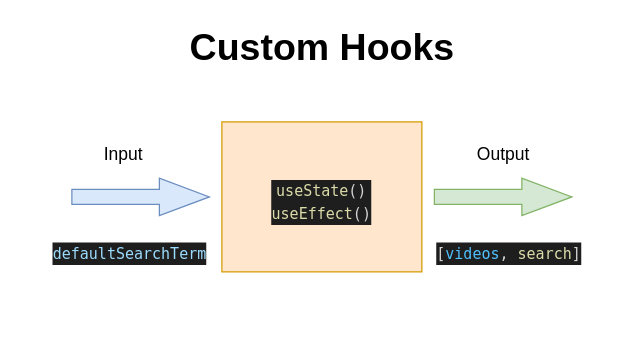
Earlier version of the draw.io diagram page "Custom Hooks" (1 of 5) of Custom Hooks.drawio (jeesewu/Diagrams-Storage). Source tidied: cells renumbered, new cells numbered last; positions are measured from the earlier drawing's top-left corner, leaving out a move shared by most shapes. Both pictures are drawn from the tidied source at 125%, with x=0, y=0 at pixel (21, 21).
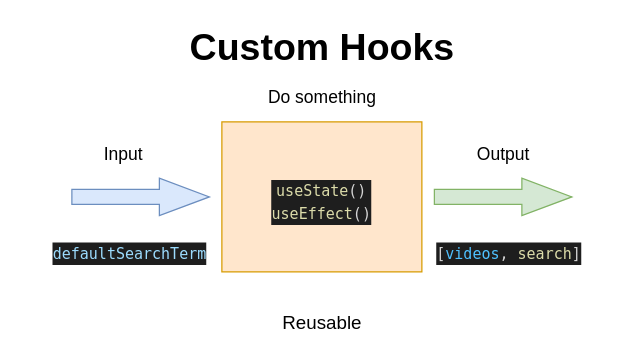
After the change.

Change to the diagram source:
```diff
@@
 <mxGraphModel>
   <root>
     <mxCell id="0" />
     <mxCell id="1" parent="0" />
     <mxCell id="2" value="Custom Hooks" style="text;html=1;align=center;verticalAlign=middle;strokeColor=none;fontSize=30;fontStyle=1;" parent="1" vertex="1">
       <mxGeometry x="125" width="230" height="40" as="geometry" />
     </mxCell>
     <mxCell id="3" style="rounded=0;whiteSpace=wrap;html=1;fillColor=#ffe6cc;strokeColor=#d79b00;" parent="1" vertex="1">
       <mxGeometry x="160" y="80" width="160" height="120" as="geometry" />
     </mxCell>
     <mxCell id="4" style="html=1;shadow=0;dashed=0;align=center;verticalAlign=middle;shape=mxgraph.arrows2.arrow;dy=0.6;dx=40;notch=0;fillColor=#dae8fc;strokeColor=#6c8ebf;" parent="1" vertex="1">
       <mxGeometry x="40" y="125" width="110" height="30" as="geometry" />
     </mxCell>
     <mxCell id="5" style="html=1;shadow=0;dashed=0;align=center;verticalAlign=middle;shape=mxgraph.arrows2.arrow;dy=0.6;dx=40;notch=0;fillColor=#d5e8d4;strokeColor=#82b366;" parent="1" vertex="1">
       <mxGeometry x="330" y="125" width="110" height="30" as="geometry" />
     </mxCell>
     <mxCell id="6" value="&lt;div style=&quot;color: rgb(212, 212, 212); background-color: rgb(30, 30, 30); font-family: menlo, monaco, &amp;quot;courier new&amp;quot;, monospace; font-weight: normal; font-size: 12px; line-height: 18px;&quot;&gt;&lt;div&gt;&lt;span style=&quot;color: #d4d4d4&quot;&gt;[&lt;/span&gt;&lt;span style=&quot;color: #4fc1ff&quot;&gt;videos&lt;/span&gt;&lt;span style=&quot;color: #d4d4d4&quot;&gt;, &lt;/span&gt;&lt;span style=&quot;color: #dcdcaa&quot;&gt;search&lt;/span&gt;&lt;span style=&quot;color: #d4d4d4&quot;&gt;]&lt;/span&gt;&lt;/div&gt;&lt;/div&gt;" style="text;whiteSpace=wrap;html=1;align=left;" parent="1" vertex="1">
       <mxGeometry x="330" y="170" width="140" height="30" as="geometry" />
     </mxCell>
     <mxCell id="7" value="&lt;div style=&quot;color: rgb(212, 212, 212); background-color: rgb(30, 30, 30); font-family: menlo, monaco, &amp;quot;courier new&amp;quot;, monospace; font-weight: normal; font-size: 12px; line-height: 18px;&quot;&gt;&lt;div&gt;&lt;span style=&quot;color: #9cdcfe&quot;&gt;defaultSearchTerm&lt;/span&gt;&lt;/div&gt;&lt;/div&gt;" style="text;whiteSpace=wrap;html=1;align=right;" parent="1" vertex="1">
       <mxGeometry y="170" width="150" height="30" as="geometry" />
     </mxCell>
     <mxCell id="8" value="&lt;div style=&quot;color: rgb(212 , 212 , 212) ; background-color: rgb(30 , 30 , 30) ; font-family: &amp;quot;menlo&amp;quot; , &amp;quot;monaco&amp;quot; , &amp;quot;courier new&amp;quot; , monospace ; font-weight: normal ; font-size: 12px ; line-height: 18px&quot;&gt;&lt;div&gt;&lt;span style=&quot;color: #dcdcaa&quot;&gt;useState&lt;/span&gt;&lt;span style=&quot;color: #d4d4d4&quot;&gt;()&lt;/span&gt;&lt;/div&gt;&lt;div&gt;&lt;div style=&quot;font-family: &amp;quot;menlo&amp;quot; , &amp;quot;monaco&amp;quot; , &amp;quot;courier new&amp;quot; , monospace ; line-height: 18px&quot;&gt;&lt;span style=&quot;color: #dcdcaa&quot;&gt;useEffect&lt;/span&gt;()&lt;/div&gt;&lt;/div&gt;&lt;/div&gt;" style="text;whiteSpace=wrap;html=1;align=center;" parent="1" vertex="1">
       <mxGeometry x="185" y="120" width="110" height="50" as="geometry" />
     </mxCell>
     <mxCell id="9" style="edgeStyle=orthogonalEdgeStyle;rounded=0;orthogonalLoop=1;jettySize=auto;html=1;exitX=0.5;exitY=1;exitDx=0;exitDy=0;align=center;" parent="1" edge="1" source="8" target="8">
       <mxGeometry relative="1" as="geometry" />
     </mxCell>
     <mxCell id="10" value="Input" style="text;html=1;align=center;verticalAlign=middle;strokeColor=none;fontSize=14;" parent="1" vertex="1">
       <mxGeometry x="56" y="96" width="50" height="20" as="geometry" />
     </mxCell>
     <mxCell id="11" value="Output" style="text;html=1;align=center;verticalAlign=middle;strokeColor=none;fontSize=14;" parent="1" vertex="1">
       <mxGeometry x="355" y="96" width="60" height="20" as="geometry" />
     </mxCell>
+    <mxCell id="12" value="Do something" style="text;html=1;align=center;verticalAlign=middle;strokeColor=none;fontSize=14;" parent="1" vertex="1">
+      <mxGeometry x="190" y="50" width="100" height="20" as="geometry" />
+    </mxCell>
+    <mxCell id="13" value="Reusable" style="text;html=1;align=center;verticalAlign=middle;strokeColor=none;fontSize=15;" parent="1" vertex="1">
+      <mxGeometry x="200" y="230" width="80" height="20" as="geometry" />
+    </mxCell>
   </root>
 </mxGraphModel>
```
